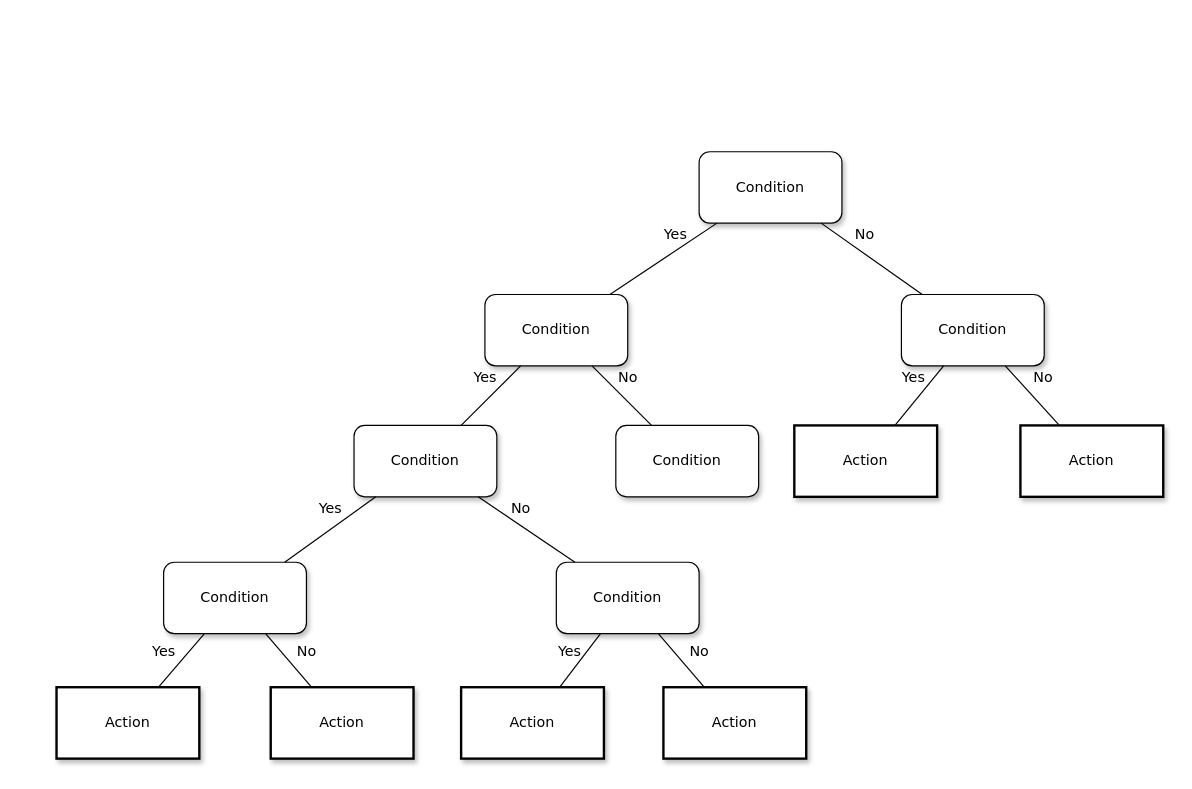
Before: Untitled Diagram.drawio in SabrinaWong0105/AI_minMax, a draw.io diagram. Source tidied: cells renumbered, new cells numbered last; positions are measured from the earlier drawing's top-left corner, leaving out a move shared by most shapes. Both pictures are drawn from the tidied source at 119%, with x=0, y=0 at pixel (56, 151).
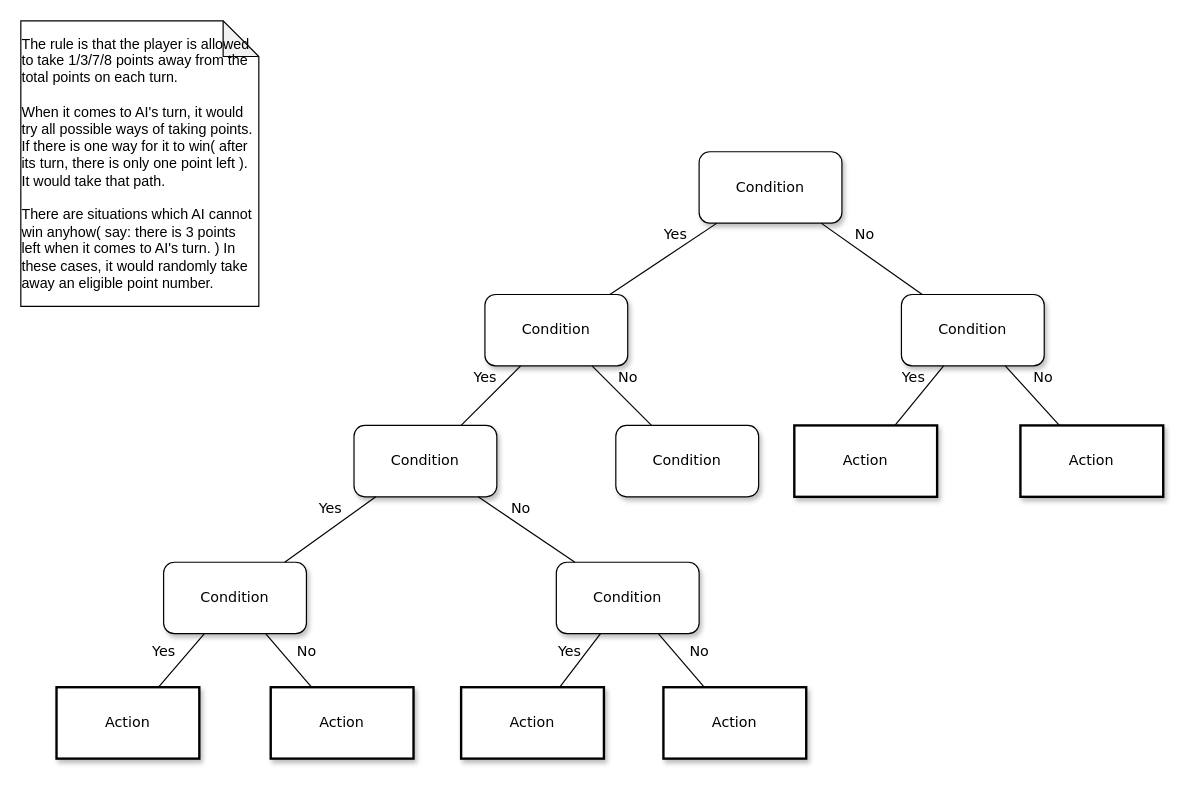
After the change.

Commit message:
explain the rule and figure the algorithm for AI player

What changed in the source:
```diff
@@
+    <mxCell id="27" value="&lt;div style=&quot;text-align: left;&quot;&gt;&lt;span style=&quot;background-color: initial;&quot;&gt;The rule is that the player is allowed to take 1/3/7/8 points away from the total points on each turn.&lt;br&gt;&lt;br&gt;When it comes to AI's turn, it would try all possible ways of taking points. If there is one way for it to win( after its turn, there is only one point left ). It would take that path.&lt;br&gt;&lt;br&gt;There are situations which AI cannot win anyhow( say: there is 3 points left when it comes to AI's turn. ) In these cases, it would randomly take away an eligible point number.&amp;nbsp;&lt;/span&gt;&lt;/div&gt;" style="shape=note;whiteSpace=wrap;html=1;backgroundOutline=1;darkOpacity=0.05;" parent="1" vertex="1">
+      <mxGeometry x="-30" y="-110" width="200" height="240" as="geometry" />
+    </mxCell>
```
